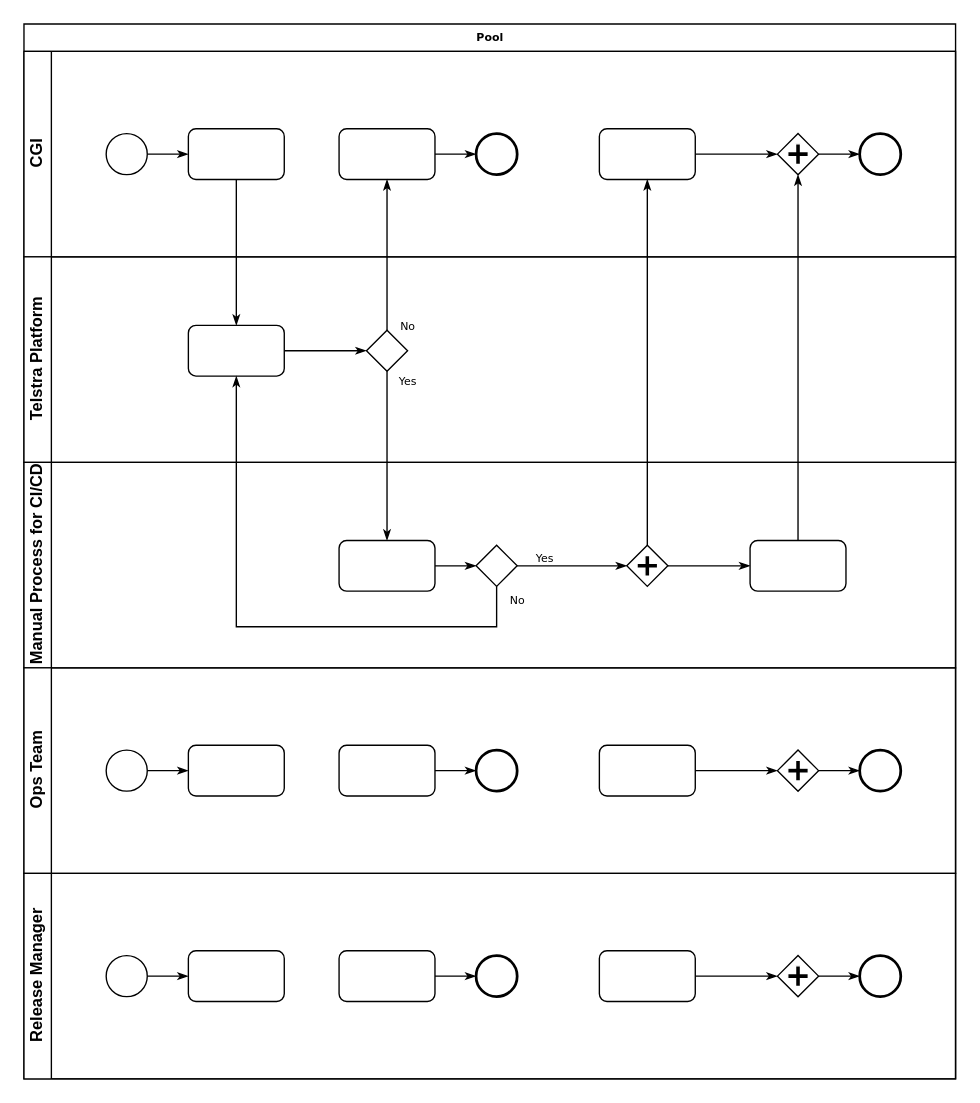
Earlier version of the draw.io diagram Copy of Untitled Diagram.drawio (sudheergm/drawio). Source tidied: cells renumbered, new cells numbered last; positions are measured from the earlier drawing's top-left corner, leaving out a move shared by most shapes. Both pictures are drawn from the tidied source at 137%, with x=0, y=0 at pixel (23, 23).
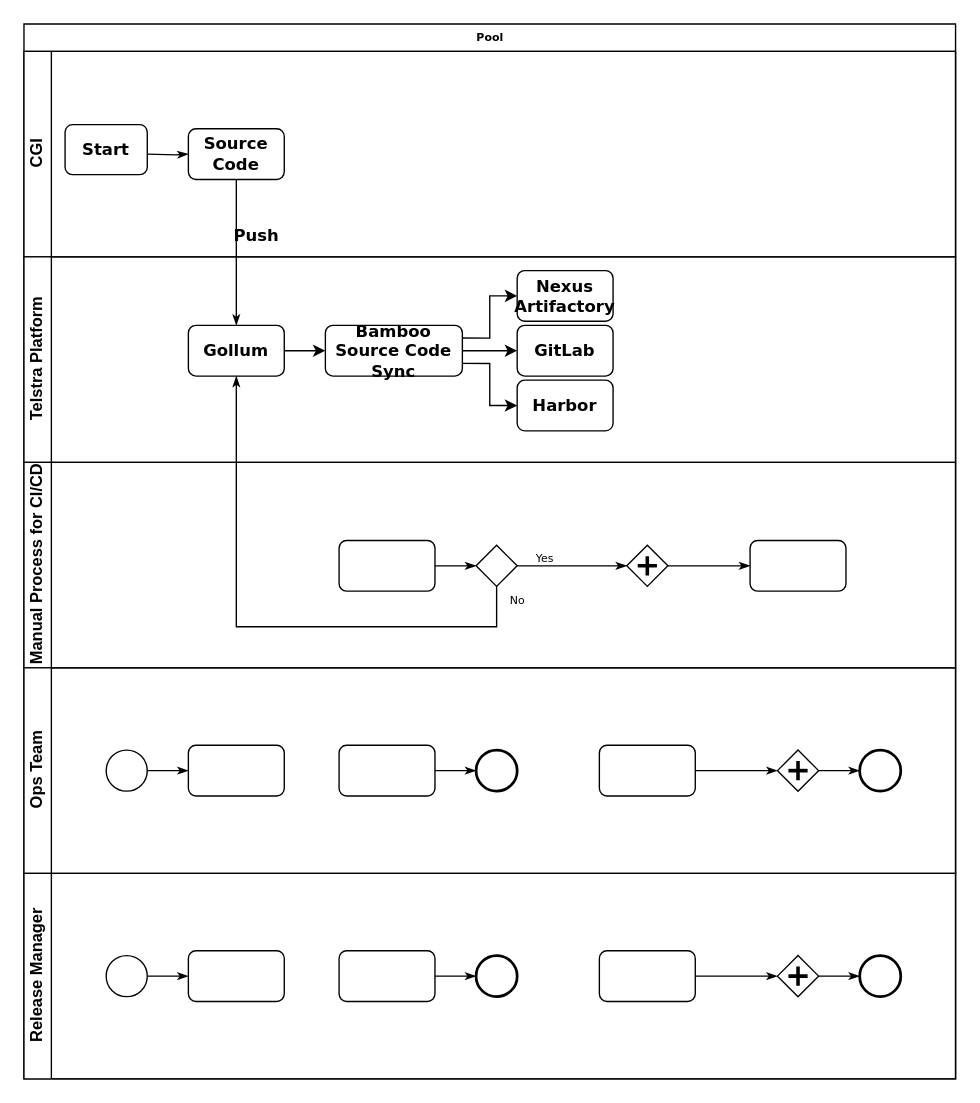
After the change.

The change refers to these unchanged cells:
```xml
<mxCell id="2" value="Pool" style="swimlane;html=1;horizontal=1;startSize=20;rounded=0;shadow=0;labelBackgroundColor=none;strokeWidth=1;fontFamily=Verdana;fontSize=8;align=center;" parent="1" vertex="1">
  <mxGeometry width="680" height="770" as="geometry" />
</mxCell>
<mxCell id="3" value="CGI" style="swimlane;html=1;startSize=20;horizontal=0;" parent="2" vertex="1">
  <mxGeometry y="20" width="680" height="150" as="geometry" />
</mxCell>
<mxCell id="15" value="Telstra Platform" style="swimlane;html=1;startSize=20;horizontal=0;" parent="2" vertex="1">
  <mxGeometry y="170" width="680" height="150" as="geometry" />
</mxCell>
<mxCell id="21" style="rounded=1;whiteSpace=wrap;html=1;shadow=0;labelBackgroundColor=none;strokeWidth=1;fontFamily=Verdana;fontSize=8;align=center;" parent="19" vertex="1">
  <mxGeometry x="230" y="57" width="70" height="37" as="geometry" />
</mxCell>
<mxCell id="25" style="shape=mxgraph.bpmn.shape;html=1;verticalLabelPosition=bottom;labelBackgroundColor=#ffffff;verticalAlign=top;perimeter=rhombusPerimeter;background=gateway;outline=none;symbol=parallelGw;rounded=1;shadow=0;strokeWidth=1;fontFamily=Verdana;fontSize=8;align=center;" parent="19" vertex="1">
  <mxGeometry x="440" y="60.5" width="30" height="30" as="geometry" />
</mxCell>
<mxCell id="26" style="rounded=1;whiteSpace=wrap;html=1;shadow=0;labelBackgroundColor=none;strokeWidth=1;fontFamily=Verdana;fontSize=8;align=center;" parent="19" vertex="1">
  <mxGeometry x="530" y="57" width="70" height="37" as="geometry" />
</mxCell>
```

Change to the diagram source:
```diff
@@
-    <mxCell id="4" style="edgeStyle=orthogonalEdgeStyle;rounded=0;html=1;labelBackgroundColor=none;startArrow=none;startFill=0;startSize=5;endArrow=classicThin;endFill=1;endSize=5;jettySize=auto;strokeWidth=1;fontFamily=Verdana;fontSize=8;" parent="3" edge="1" source="5" target="6">
-      <mxGeometry relative="1" as="geometry" />
+    <mxCell id="4" style="edgeStyle=orthogonalEdgeStyle;rounded=0;html=1;labelBackgroundColor=none;startArrow=none;startFill=0;startSize=5;endArrow=classicThin;endFill=1;endSize=5;jettySize=auto;strokeWidth=1;fontFamily=Verdana;fontSize=8;" parent="3" edge="1" target="6">
+      <mxGeometry relative="1" as="geometry">
+        <mxPoint x="90" y="75" as="sourcePoint" />
+      </mxGeometry>
     </mxCell>
-    <mxCell id="5" style="ellipse;whiteSpace=wrap;html=1;rounded=0;shadow=0;labelBackgroundColor=none;strokeWidth=1;fontFamily=Verdana;fontSize=8;align=center;" parent="3" vertex="1">
-      <mxGeometry x="60" y="60" width="30" height="30" as="geometry" />
-    </mxCell>
-    <mxCell id="6" style="rounded=1;whiteSpace=wrap;html=1;shadow=0;labelBackgroundColor=none;strokeWidth=1;fontFamily=Verdana;fontSize=8;align=center;" parent="3" vertex="1">
+    <mxCell id="6" value="&lt;font style=&quot;font-size: 12px;&quot;&gt;&lt;b&gt;Source Code&lt;/b&gt;&lt;/font&gt;" style="rounded=1;whiteSpace=wrap;html=1;shadow=0;labelBackgroundColor=none;strokeWidth=1;fontFamily=Verdana;fontSize=8;align=center;" parent="3" vertex="1">
       <mxGeometry x="120" y="56.5" width="70" height="37" as="geometry" />
     </mxCell>
-    <mxCell id="7" style="edgeStyle=orthogonalEdgeStyle;rounded=0;html=1;labelBackgroundColor=none;startArrow=none;startFill=0;startSize=5;endArrow=classicThin;endFill=1;endSize=5;jettySize=auto;strokeWidth=1;fontFamily=Verdana;fontSize=8;" parent="3" edge="1" source="8" target="9">
-      <mxGeometry relative="1" as="geometry" />
-    </mxCell>
-    <mxCell id="8" style="rounded=1;whiteSpace=wrap;html=1;shadow=0;labelBackgroundColor=none;strokeWidth=1;fontFamily=Verdana;fontSize=8;align=center;" parent="3" vertex="1">
-      <mxGeometry x="230" y="56.5" width="70" height="37" as="geometry" />
-    </mxCell>
-    <mxCell id="9" style="ellipse;whiteSpace=wrap;html=1;rounded=0;shadow=0;labelBackgroundColor=none;strokeWidth=2;fontFamily=Verdana;fontSize=8;align=center;" parent="3" vertex="1">
-      <mxGeometry x="330" y="60" width="30" height="30" as="geometry" />
-    </mxCell>
-    <mxCell id="10" style="edgeStyle=orthogonalEdgeStyle;rounded=0;html=1;entryX=0;entryY=0.5;labelBackgroundColor=none;startArrow=none;startFill=0;startSize=5;endArrow=classicThin;endFill=1;endSize=5;jettySize=auto;strokeWidth=1;fontFamily=Verdana;fontSize=8;" parent="3" edge="1" source="11" target="13">
-      <mxGeometry relative="1" as="geometry" />
-    </mxCell>
-    <mxCell id="11" style="rounded=1;whiteSpace=wrap;html=1;shadow=0;labelBackgroundColor=none;strokeWidth=1;fontFamily=Verdana;fontSize=8;align=center;" parent="3" vertex="1">
-      <mxGeometry x="420" y="56.5" width="70" height="37" as="geometry" />
-    </mxCell>
-    <mxCell id="12" style="edgeStyle=orthogonalEdgeStyle;rounded=0;html=1;labelBackgroundColor=none;startArrow=none;startFill=0;startSize=5;endArrow=classicThin;endFill=1;endSize=5;jettySize=auto;strokeWidth=1;fontFamily=Verdana;fontSize=8;" parent="3" edge="1" source="13" target="14">
-      <mxGeometry relative="1" as="geometry" />
-    </mxCell>
-    <mxCell id="13" style="shape=mxgraph.bpmn.shape;html=1;verticalLabelPosition=bottom;labelBackgroundColor=#ffffff;verticalAlign=top;perimeter=rhombusPerimeter;background=gateway;outline=none;symbol=parallelGw;rounded=1;shadow=0;strokeWidth=1;fontFamily=Verdana;fontSize=8;align=center;" parent="3" vertex="1">
-      <mxGeometry x="550" y="60" width="30" height="30" as="geometry" />
-    </mxCell>
-    <mxCell id="14" style="ellipse;whiteSpace=wrap;html=1;rounded=0;shadow=0;labelBackgroundColor=none;strokeWidth=2;fontFamily=Verdana;fontSize=8;align=center;" parent="3" vertex="1">
-      <mxGeometry x="610" y="60" width="30" height="30" as="geometry" />
-    </mxCell>
+    <mxCell id="57" value="&lt;font face=&quot;Verdana&quot;&gt;&lt;b&gt;Start&lt;/b&gt;&lt;/font&gt;" style="rounded=1;whiteSpace=wrap;html=1;" parent="3" vertex="1">
+      <mxGeometry x="30" y="53.5" width="60" height="36.5" as="geometry" />
+    </mxCell>
+    <mxCell id="58" value="&lt;b&gt;Push&lt;/b&gt;" style="text;html=1;strokeColor=none;fillColor=none;align=center;verticalAlign=middle;whiteSpace=wrap;rounded=0;fontFamily=Verdana;fontSize=12;" parent="3" vertex="1">
+      <mxGeometry x="140" y="120" width="60" height="30" as="geometry" />
+    </mxCell>
@@
-    <mxCell id="16" style="edgeStyle=orthogonalEdgeStyle;rounded=0;html=1;labelBackgroundColor=none;startArrow=none;startFill=0;startSize=5;endArrow=classicThin;endFill=1;endSize=5;jettySize=auto;strokeWidth=1;fontFamily=Verdana;fontSize=8;" parent="15" edge="1" source="17" target="18">
-      <mxGeometry relative="1" as="geometry" />
-    </mxCell>
+    <mxCell id="59" style="edgeStyle=orthogonalEdgeStyle;rounded=0;jettySize=auto;html=1;exitX=1;exitY=0.5;exitDx=0;exitDy=0;entryX=0;entryY=0.5;entryDx=0;entryDy=0;fontFamily=Verdana;fontSize=12;" parent="15" edge="1" source="17" target="63">
+      <mxGeometry relative="1" as="geometry" />
+    </mxCell>
-    <mxCell id="17" style="rounded=1;whiteSpace=wrap;html=1;shadow=0;labelBackgroundColor=none;strokeWidth=1;fontFamily=Verdana;fontSize=8;align=center;" parent="15" vertex="1">
+    <mxCell id="17" value="&lt;font style=&quot;font-size: 12px;&quot;&gt;&lt;b&gt;Gollum&lt;/b&gt;&lt;/font&gt;" style="rounded=1;whiteSpace=wrap;html=1;shadow=0;labelBackgroundColor=none;strokeWidth=1;fontFamily=Verdana;fontSize=8;align=center;" parent="15" vertex="1">
       <mxGeometry x="120" y="50" width="70" height="37" as="geometry" />
     </mxCell>
-    <mxCell id="18" style="strokeWidth=1;html=1;shape=mxgraph.flowchart.decision;whiteSpace=wrap;rounded=1;shadow=0;labelBackgroundColor=none;fontFamily=Verdana;fontSize=8;align=center;" parent="15" vertex="1">
-      <mxGeometry x="250" y="53.5" width="30" height="30" as="geometry" />
-    </mxCell>
+    <mxCell id="60" style="edgeStyle=orthogonalEdgeStyle;rounded=0;jettySize=auto;html=1;exitX=1;exitY=0.5;exitDx=0;exitDy=0;fontFamily=Verdana;fontSize=12;" parent="15" edge="1" source="63" target="64">
+      <mxGeometry relative="1" as="geometry" />
+    </mxCell>
+    <mxCell id="61" style="edgeStyle=orthogonalEdgeStyle;rounded=0;jettySize=auto;html=1;exitX=1;exitY=0.75;exitDx=0;exitDy=0;entryX=0;entryY=0.5;entryDx=0;entryDy=0;fontFamily=Verdana;fontSize=12;" parent="15" edge="1" source="63" target="66">
+      <mxGeometry relative="1" as="geometry" />
+    </mxCell>
+    <mxCell id="62" style="edgeStyle=orthogonalEdgeStyle;rounded=0;jettySize=auto;html=1;exitX=1;exitY=0.25;exitDx=0;exitDy=0;entryX=0;entryY=0.5;entryDx=0;entryDy=0;fontFamily=Verdana;fontSize=12;" parent="15" edge="1" source="63" target="65">
+      <mxGeometry relative="1" as="geometry" />
+    </mxCell>
+    <mxCell id="63" value="&lt;font style=&quot;font-size: 12px;&quot;&gt;&lt;b&gt;Bamboo Source Code Sync&lt;/b&gt;&lt;/font&gt;" style="rounded=1;whiteSpace=wrap;html=1;shadow=0;labelBackgroundColor=none;strokeWidth=1;fontFamily=Verdana;fontSize=8;align=center;" parent="15" vertex="1">
+      <mxGeometry x="220" y="50" width="100" height="37" as="geometry" />
+    </mxCell>
+    <mxCell id="64" value="&lt;font style=&quot;font-size: 12px;&quot;&gt;&lt;b&gt;GitLab&lt;/b&gt;&lt;/font&gt;" style="rounded=1;whiteSpace=wrap;html=1;shadow=0;labelBackgroundColor=none;strokeWidth=1;fontFamily=Verdana;fontSize=8;align=center;" parent="15" vertex="1">
+      <mxGeometry x="360" y="50" width="70" height="37" as="geometry" />
+    </mxCell>
+    <mxCell id="65" value="&lt;font style=&quot;font-size: 12px;&quot;&gt;&lt;b&gt;Nexus Artifactory&lt;/b&gt;&lt;/font&gt;" style="rounded=1;whiteSpace=wrap;html=1;shadow=0;labelBackgroundColor=none;strokeWidth=1;fontFamily=Verdana;fontSize=8;align=center;" parent="15" vertex="1">
+      <mxGeometry x="360" y="10" width="70" height="37" as="geometry" />
+    </mxCell>
+    <mxCell id="66" value="&lt;font style=&quot;font-size: 12px;&quot;&gt;&lt;b&gt;Harbor&lt;/b&gt;&lt;/font&gt;" style="rounded=1;whiteSpace=wrap;html=1;shadow=0;labelBackgroundColor=none;strokeWidth=1;fontFamily=Verdana;fontSize=8;align=center;" parent="15" vertex="1">
+      <mxGeometry x="360" y="90" width="70" height="37" as="geometry" />
+    </mxCell>
@@
-    <mxCell id="28" value="No" style="edgeStyle=orthogonalEdgeStyle;rounded=0;html=1;labelBackgroundColor=none;startArrow=none;startFill=0;startSize=5;endArrow=classicThin;endFill=1;endSize=5;jettySize=auto;strokeWidth=1;fontFamily=Verdana;fontSize=8;" parent="2" edge="1" source="18" target="8">
-      <mxGeometry x="-0.94" y="-15" relative="1" as="geometry" />
-    </mxCell>
-    <mxCell id="29" value="Yes" style="edgeStyle=orthogonalEdgeStyle;rounded=0;html=1;labelBackgroundColor=none;startArrow=none;startFill=0;startSize=5;endArrow=classicThin;endFill=1;endSize=5;jettySize=auto;strokeWidth=1;fontFamily=Verdana;fontSize=8;" parent="2" edge="1" source="18" target="21">
-      <mxGeometry x="-0.89" y="15" relative="1" as="geometry" />
-    </mxCell>
-    <mxCell id="30" style="edgeStyle=orthogonalEdgeStyle;rounded=0;html=1;entryX=0.5;entryY=1;labelBackgroundColor=none;startArrow=none;startFill=0;startSize=5;endArrow=classicThin;endFill=1;endSize=5;jettySize=auto;strokeWidth=1;fontFamily=Verdana;fontSize=8;" parent="2" edge="1" source="26" target="13">
-      <mxGeometry relative="1" as="geometry" />
-    </mxCell>
@@
-    <mxCell id="32" style="edgeStyle=orthogonalEdgeStyle;rounded=0;html=1;labelBackgroundColor=none;startArrow=none;startFill=0;startSize=5;endArrow=classicThin;endFill=1;endSize=5;jettySize=auto;strokeWidth=1;fontFamily=Verdana;fontSize=8;" parent="2" edge="1" source="25" target="11">
-      <mxGeometry relative="1" as="geometry" />
-    </mxCell>
```
